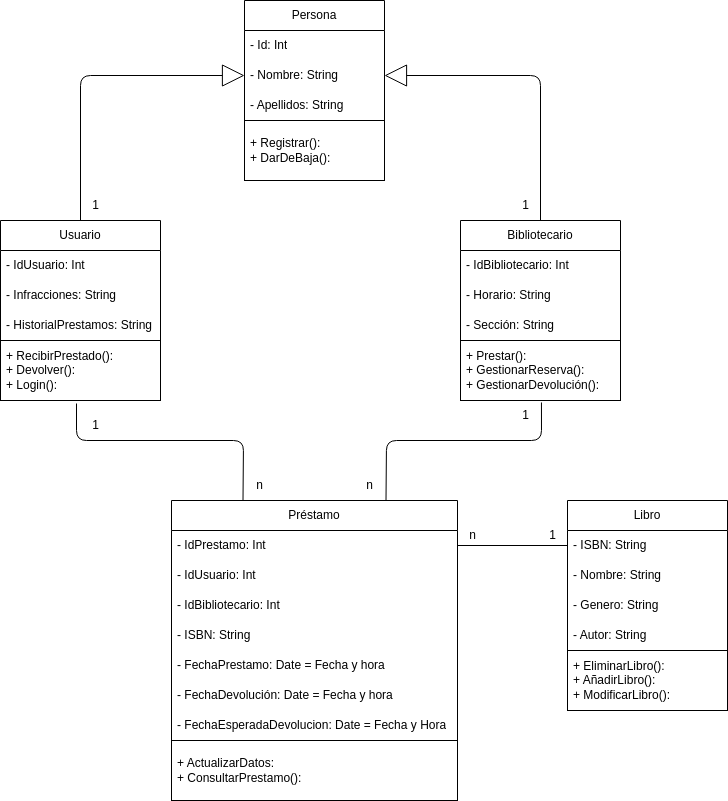
Above: Diagramas-clases/Biblioteca/Diagrama.drawio.png in IsaiasTolP/Tareas_Markdown (draw.io), before the change. Source tidied: cells renumbered, new cells last; positions are measured from the earlier drawing's top-left corner, leaving out a move shared by most shapes.
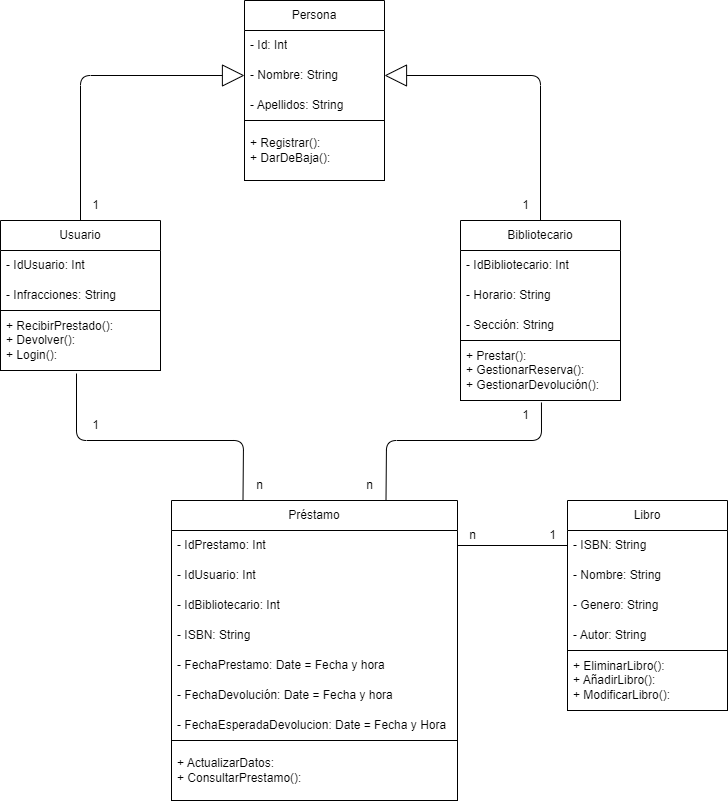
The same diagram one commit later.

Commit message:
Diagrama objetos biblioteca

What changed in the source:
```diff
@@ -47,7 +47,7 @@
       </mxGeometry>
     </mxCell>
     <mxCell id="14" value="Usuario" style="swimlane;fontStyle=0;horizontal=1;startSize=30;whiteSpace=wrap;html=1;strokeColor=default;" parent="1" vertex="1">
-      <mxGeometry y="220" width="160" height="180" as="geometry" />
+      <mxGeometry y="220" width="160" height="150" as="geometry" />
     </mxCell>
     <mxCell id="15" value="- IdUsuario: Int" style="text;strokeColor=none;fillColor=none;align=left;verticalAlign=middle;spacingLeft=4;spacingRight=4;overflow=hidden;whiteSpace=wrap;html=1;" parent="14" vertex="1">
       <mxGeometry y="30" width="160" height="30" as="geometry" />
@@ -55,11 +55,8 @@
     <mxCell id="16" value="- Infracciones: String" style="text;strokeColor=none;fillColor=none;align=left;verticalAlign=middle;spacingLeft=4;spacingRight=4;overflow=hidden;whiteSpace=wrap;html=1;" parent="14" vertex="1">
       <mxGeometry y="60" width="160" height="30" as="geometry" />
     </mxCell>
-    <mxCell id="17" value="- HistorialPrestamos: String" style="text;strokeColor=none;fillColor=none;align=left;verticalAlign=middle;spacingLeft=4;spacingRight=4;overflow=hidden;whiteSpace=wrap;html=1;" parent="14" vertex="1">
-      <mxGeometry y="90" width="160" height="30" as="geometry" />
-    </mxCell>
     <mxCell id="18" value="+ RecibirPrestado():&lt;br&gt;+ Devolver():&lt;br&gt;+ Login():" style="text;strokeColor=default;fillColor=none;align=left;verticalAlign=middle;spacingLeft=4;spacingRight=4;overflow=hidden;points=[[0,0.5],[1,0.5]];portConstraint=eastwest;whiteSpace=wrap;html=1;" parent="14" vertex="1">
-      <mxGeometry y="120" width="160" height="60" as="geometry" />
+      <mxGeometry y="90" width="160" height="60" as="geometry" />
     </mxCell>
     <mxCell id="19" style="edgeStyle=none;html=1;exitX=0.25;exitY=0;exitDx=0;exitDy=0;entryX=0.475;entryY=1.05;entryDx=0;entryDy=0;entryPerimeter=0;endArrow=none;endFill=0;endSize=20;" parent="1" edge="1" source="21" target="18">
       <mxGeometry relative="1" as="geometry">
```
